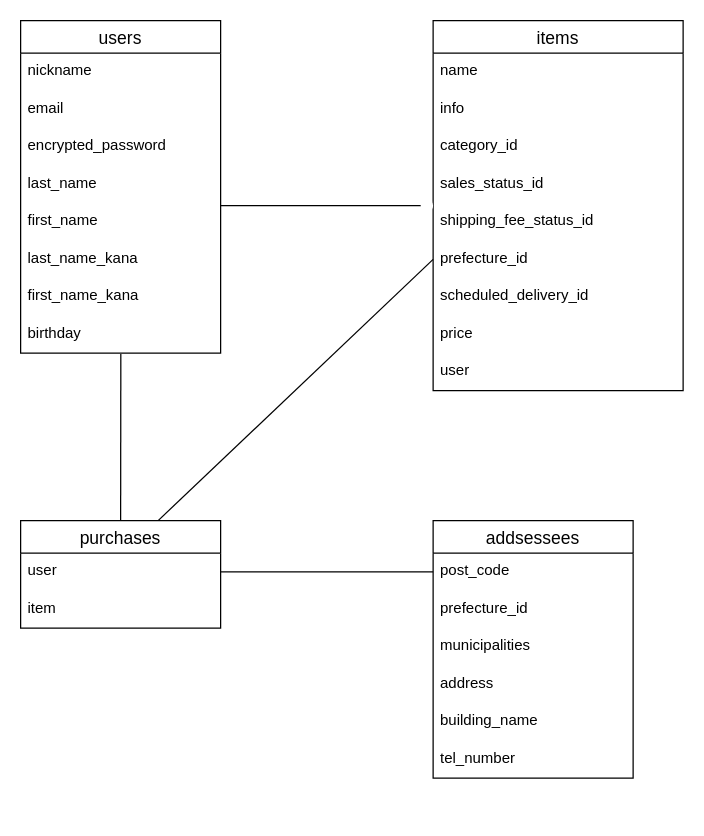
The draw.io diagram er.dio in noharahitomi/furima-33813, before the edit. Source tidied: cells renumbered, new cells numbered last; positions are measured from the earlier drawing's top-left corner, leaving out a move shared by most shapes. Both pictures are drawn from the tidied source at 125%, with x=0, y=0 at pixel (20, 20).
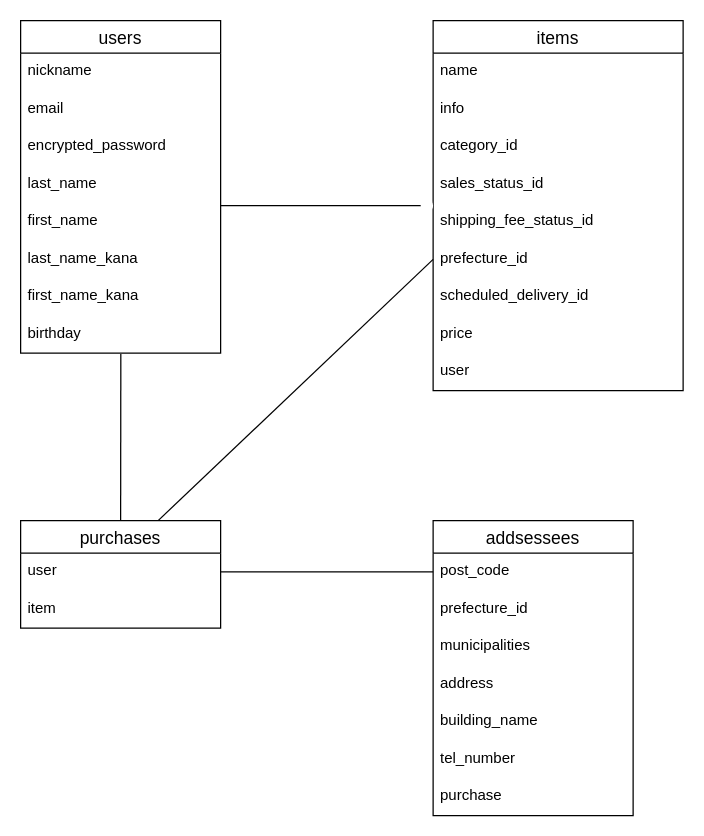
After the change.

Commit message (it also covers changes not shown here):
テーブル設計FB修正4

What changed in the source:
```diff
@@
     <mxCell id="24" value="addsessees" style="swimlane;fontStyle=0;horizontal=1;startSize=26;align=center;fontSize=14;" parent="1" vertex="1">
-      <mxGeometry x="330" y="400" width="160" height="206" as="geometry" />
+      <mxGeometry x="330" y="400" width="160" height="236" as="geometry" />
     </mxCell>
@@
+    <mxCell id="37" value="tel_number" style="text;strokeColor=none;fillColor=none;spacingLeft=4;spacingRight=4;overflow=hidden;fontSize=12;" parent="24" vertex="1">
+      <mxGeometry y="176" width="160" height="30" as="geometry" />
+    </mxCell>
-    <mxCell id="30" value="tel_number" style="text;strokeColor=none;fillColor=none;spacingLeft=4;spacingRight=4;overflow=hidden;fontSize=12;" parent="24" vertex="1">
-      <mxGeometry y="176" width="160" height="30" as="geometry" />
+    <mxCell id="30" value="purchase" style="text;strokeColor=none;fillColor=none;spacingLeft=4;spacingRight=4;overflow=hidden;fontSize=12;" parent="24" vertex="1">
+      <mxGeometry y="206" width="160" height="30" as="geometry" />
     </mxCell>
```
